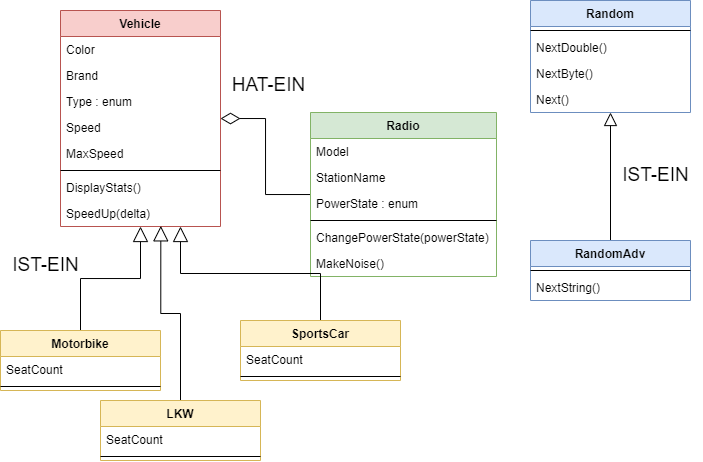
atillakati/sw_developer_2022_trainer keeps this draw.io diagram as src/20221020/images/kapselung_ex_1.drawio.png. Above is the earlier version. Source tidied: cells renumbered, new cells last; positions are measured from the earlier drawing's top-left corner, leaving out a move shared by most shapes. Its diagram source:
```xml
<mxGraphModel>
  <root>
    <mxCell id="0" />
    <mxCell id="1" parent="0" />
    <mxCell id="2" style="edgeStyle=orthogonalEdgeStyle;rounded=0;html=1;endArrow=none;endFill=0;endSize=11;strokeWidth=1;startArrow=diamondThin;startFill=0;startSize=17;" parent="1" edge="1" source="3" target="26">
      <mxGeometry relative="1" as="geometry" />
    </mxCell>
    <mxCell id="3" value="Vehicle" style="swimlane;fontStyle=1;align=center;verticalAlign=top;horizontal=1;startSize=26;fillColor=#f8cecc;strokeColor=#b85450;" parent="1" vertex="1">
      <mxGeometry x="60" y="10" width="160" height="216" as="geometry" />
    </mxCell>
    <mxCell id="4" value="Color" style="text;strokeColor=none;fillColor=none;align=left;verticalAlign=top;spacingLeft=4;spacingRight=4;overflow=hidden;" parent="3" vertex="1">
      <mxGeometry y="26" width="160" height="26" as="geometry" />
    </mxCell>
    <mxCell id="5" value="Brand" style="text;strokeColor=none;fillColor=none;align=left;verticalAlign=top;spacingLeft=4;spacingRight=4;overflow=hidden;" parent="3" vertex="1">
      <mxGeometry y="52" width="160" height="26" as="geometry" />
    </mxCell>
    <mxCell id="6" value="Type : enum" style="text;strokeColor=none;fillColor=none;align=left;verticalAlign=top;spacingLeft=4;spacingRight=4;overflow=hidden;" parent="3" vertex="1">
      <mxGeometry y="78" width="160" height="26" as="geometry" />
    </mxCell>
    <mxCell id="7" value="Speed" style="text;strokeColor=none;fillColor=none;align=left;verticalAlign=top;spacingLeft=4;spacingRight=4;overflow=hidden;" parent="3" vertex="1">
      <mxGeometry y="104" width="160" height="26" as="geometry" />
    </mxCell>
    <mxCell id="8" value="MaxSpeed" style="text;strokeColor=none;fillColor=none;align=left;verticalAlign=top;spacingLeft=4;spacingRight=4;overflow=hidden;" parent="3" vertex="1">
      <mxGeometry y="130" width="160" height="26" as="geometry" />
    </mxCell>
    <mxCell id="9" style="line;strokeWidth=1;fillColor=none;align=left;verticalAlign=middle;spacingTop=-1;spacingLeft=3;spacingRight=3;labelPosition=right;" parent="3" vertex="1">
      <mxGeometry y="156" width="160" height="8" as="geometry" />
    </mxCell>
    <mxCell id="10" value="DisplayStats()" style="text;strokeColor=none;fillColor=none;align=left;verticalAlign=top;spacingLeft=4;spacingRight=4;overflow=hidden;" parent="3" vertex="1">
      <mxGeometry y="164" width="160" height="26" as="geometry" />
    </mxCell>
    <mxCell id="11" value="SpeedUp(delta)" style="text;strokeColor=none;fillColor=none;align=left;verticalAlign=top;spacingLeft=4;spacingRight=4;overflow=hidden;points=[[0,0.5],[1,0.5]];portConstraint=eastwest;" parent="3" vertex="1">
      <mxGeometry y="190" width="160" height="26" as="geometry" />
    </mxCell>
    <mxCell id="12" style="edgeStyle=orthogonalEdgeStyle;html=1;endArrow=block;endFill=0;strokeWidth=1;endSize=13;rounded=0;" parent="1" edge="1" source="13" target="3">
      <mxGeometry relative="1" as="geometry" />
    </mxCell>
    <mxCell id="13" value="Motorbike" style="swimlane;fontStyle=1;align=center;verticalAlign=top;horizontal=1;startSize=26;fillColor=#fff2cc;strokeColor=#d6b656;" parent="1" vertex="1">
      <mxGeometry y="330" width="160" height="60" as="geometry" />
    </mxCell>
    <mxCell id="14" value="SeatCount" style="text;strokeColor=none;fillColor=none;align=left;verticalAlign=top;spacingLeft=4;spacingRight=4;overflow=hidden;" parent="13" vertex="1">
      <mxGeometry y="26" width="160" height="26" as="geometry" />
    </mxCell>
    <mxCell id="15" style="line;strokeWidth=1;fillColor=none;align=left;verticalAlign=middle;spacingTop=-1;spacingLeft=3;spacingRight=3;labelPosition=right;" parent="13" vertex="1">
      <mxGeometry y="52" width="160" height="8" as="geometry" />
    </mxCell>
    <mxCell id="16" value="&lt;font style=&quot;font-size: 19px&quot;&gt;IST-EIN&lt;/font&gt;" style="text;html=1;strokeColor=none;fillColor=none;align=center;verticalAlign=middle;whiteSpace=wrap;rounded=0;" parent="1" vertex="1">
      <mxGeometry y="250" width="91" height="30" as="geometry" />
    </mxCell>
    <mxCell id="17" value="Random" style="swimlane;fontStyle=1;align=center;verticalAlign=top;horizontal=1;startSize=26;fillColor=#dae8fc;strokeColor=#6c8ebf;" parent="1" vertex="1">
      <mxGeometry x="530" width="160" height="112" as="geometry" />
    </mxCell>
    <mxCell id="18" style="line;strokeWidth=1;fillColor=none;align=left;verticalAlign=middle;spacingTop=-1;spacingLeft=3;spacingRight=3;labelPosition=right;" parent="17" vertex="1">
      <mxGeometry y="26" width="160" height="8" as="geometry" />
    </mxCell>
    <mxCell id="19" value="NextDouble()" style="text;strokeColor=none;fillColor=none;align=left;verticalAlign=top;spacingLeft=4;spacingRight=4;overflow=hidden;" parent="17" vertex="1">
      <mxGeometry y="34" width="160" height="26" as="geometry" />
    </mxCell>
    <mxCell id="20" value="NextByte()" style="text;strokeColor=none;fillColor=none;align=left;verticalAlign=top;spacingLeft=4;spacingRight=4;overflow=hidden;" parent="17" vertex="1">
      <mxGeometry y="60" width="160" height="26" as="geometry" />
    </mxCell>
    <mxCell id="21" value="Next()" style="text;strokeColor=none;fillColor=none;align=left;verticalAlign=top;spacingLeft=4;spacingRight=4;overflow=hidden;" parent="17" vertex="1">
      <mxGeometry y="86" width="160" height="26" as="geometry" />
    </mxCell>
    <mxCell id="22" style="edgeStyle=orthogonalEdgeStyle;html=1;endArrow=block;endFill=0;endSize=11;rounded=0;" parent="1" edge="1" source="23" target="17">
      <mxGeometry relative="1" as="geometry" />
    </mxCell>
    <mxCell id="23" value="RandomAdv" style="swimlane;fontStyle=1;align=center;verticalAlign=top;horizontal=1;startSize=26;fillColor=#dae8fc;strokeColor=#6c8ebf;" parent="1" vertex="1">
      <mxGeometry x="530" y="240" width="160" height="60" as="geometry" />
    </mxCell>
    <mxCell id="24" style="line;strokeWidth=1;fillColor=none;align=left;verticalAlign=middle;spacingTop=-1;spacingLeft=3;spacingRight=3;labelPosition=right;" parent="23" vertex="1">
      <mxGeometry y="26" width="160" height="8" as="geometry" />
    </mxCell>
    <mxCell id="25" value="NextString()" style="text;strokeColor=none;fillColor=none;align=left;verticalAlign=top;spacingLeft=4;spacingRight=4;overflow=hidden;" parent="23" vertex="1">
      <mxGeometry y="34" width="160" height="26" as="geometry" />
    </mxCell>
    <mxCell id="26" value="Radio" style="swimlane;fontStyle=1;align=center;verticalAlign=top;horizontal=1;startSize=26;fillColor=#d5e8d4;strokeColor=#82b366;" parent="1" vertex="1">
      <mxGeometry x="310" y="112" width="186" height="164" as="geometry" />
    </mxCell>
    <mxCell id="27" value="Model" style="text;strokeColor=none;fillColor=none;align=left;verticalAlign=top;spacingLeft=4;spacingRight=4;overflow=hidden;" parent="26" vertex="1">
      <mxGeometry y="26" width="186" height="26" as="geometry" />
    </mxCell>
    <mxCell id="28" value="StationName" style="text;strokeColor=none;fillColor=none;align=left;verticalAlign=top;spacingLeft=4;spacingRight=4;overflow=hidden;" parent="26" vertex="1">
      <mxGeometry y="52" width="186" height="26" as="geometry" />
    </mxCell>
    <mxCell id="29" value="PowerState : enum" style="text;strokeColor=none;fillColor=none;align=left;verticalAlign=top;spacingLeft=4;spacingRight=4;overflow=hidden;" parent="26" vertex="1">
      <mxGeometry y="78" width="186" height="26" as="geometry" />
    </mxCell>
    <mxCell id="30" style="line;strokeWidth=1;fillColor=none;align=left;verticalAlign=middle;spacingTop=-1;spacingLeft=3;spacingRight=3;labelPosition=right;" parent="26" vertex="1">
      <mxGeometry y="104" width="186" height="8" as="geometry" />
    </mxCell>
    <mxCell id="31" value="ChangePowerState(powerState)" style="text;strokeColor=none;fillColor=none;align=left;verticalAlign=top;spacingLeft=4;spacingRight=4;overflow=hidden;" parent="26" vertex="1">
      <mxGeometry y="112" width="186" height="26" as="geometry" />
    </mxCell>
    <mxCell id="32" value="MakeNoise()" style="text;strokeColor=none;fillColor=none;align=left;verticalAlign=top;spacingLeft=4;spacingRight=4;overflow=hidden;" parent="26" vertex="1">
      <mxGeometry y="138" width="186" height="26" as="geometry" />
    </mxCell>
    <mxCell id="33" value="&lt;font style=&quot;font-size: 19px&quot;&gt;IST-EIN&lt;/font&gt;" style="text;html=1;strokeColor=none;fillColor=none;align=center;verticalAlign=middle;whiteSpace=wrap;rounded=0;" parent="1" vertex="1">
      <mxGeometry x="610" y="160" width="91" height="30" as="geometry" />
    </mxCell>
    <mxCell id="34" value="&lt;font style=&quot;font-size: 19px&quot;&gt;HAT-EIN&lt;/font&gt;" style="text;html=1;strokeColor=none;fillColor=none;align=center;verticalAlign=middle;whiteSpace=wrap;rounded=0;" parent="1" vertex="1">
      <mxGeometry x="223" y="70" width="91" height="30" as="geometry" />
    </mxCell>
    <mxCell id="35" style="edgeStyle=orthogonalEdgeStyle;html=1;endArrow=block;endFill=0;strokeWidth=1;endSize=13;rounded=0;exitX=0.5;exitY=0;exitDx=0;exitDy=0;" parent="1" edge="1" source="36" target="3">
      <mxGeometry relative="1" as="geometry">
        <Array as="points">
          <mxPoint x="320" y="273" />
          <mxPoint x="180" y="273" />
        </Array>
      </mxGeometry>
    </mxCell>
    <mxCell id="36" value="SportsCar" style="swimlane;fontStyle=1;align=center;verticalAlign=top;horizontal=1;startSize=26;fillColor=#fff2cc;strokeColor=#d6b656;" parent="1" vertex="1">
      <mxGeometry x="240" y="320" width="160" height="60" as="geometry" />
    </mxCell>
    <mxCell id="37" value="SeatCount" style="text;strokeColor=none;fillColor=none;align=left;verticalAlign=top;spacingLeft=4;spacingRight=4;overflow=hidden;" parent="36" vertex="1">
      <mxGeometry y="26" width="160" height="26" as="geometry" />
    </mxCell>
    <mxCell id="38" style="line;strokeWidth=1;fillColor=none;align=left;verticalAlign=middle;spacingTop=-1;spacingLeft=3;spacingRight=3;labelPosition=right;" parent="36" vertex="1">
      <mxGeometry y="52" width="160" height="8" as="geometry" />
    </mxCell>
    <mxCell id="39" style="edgeStyle=orthogonalEdgeStyle;rounded=0;html=1;endArrow=block;endFill=0;endSize=13;strokeWidth=1;entryX=0.627;entryY=0.975;entryDx=0;entryDy=0;entryPerimeter=0;" parent="1" edge="1" source="40" target="11">
      <mxGeometry relative="1" as="geometry" />
    </mxCell>
    <mxCell id="40" value="LKW" style="swimlane;fontStyle=1;align=center;verticalAlign=top;horizontal=1;startSize=26;fillColor=#fff2cc;strokeColor=#d6b656;" parent="1" vertex="1">
      <mxGeometry x="100" y="400" width="160" height="60" as="geometry" />
    </mxCell>
    <mxCell id="41" value="SeatCount" style="text;strokeColor=none;fillColor=none;align=left;verticalAlign=top;spacingLeft=4;spacingRight=4;overflow=hidden;" parent="40" vertex="1">
      <mxGeometry y="26" width="160" height="26" as="geometry" />
    </mxCell>
    <mxCell id="42" style="line;strokeWidth=1;fillColor=none;align=left;verticalAlign=middle;spacingTop=-1;spacingLeft=3;spacingRight=3;labelPosition=right;" parent="40" vertex="1">
      <mxGeometry y="52" width="160" height="8" as="geometry" />
    </mxCell>
  </root>
</mxGraphModel>
```
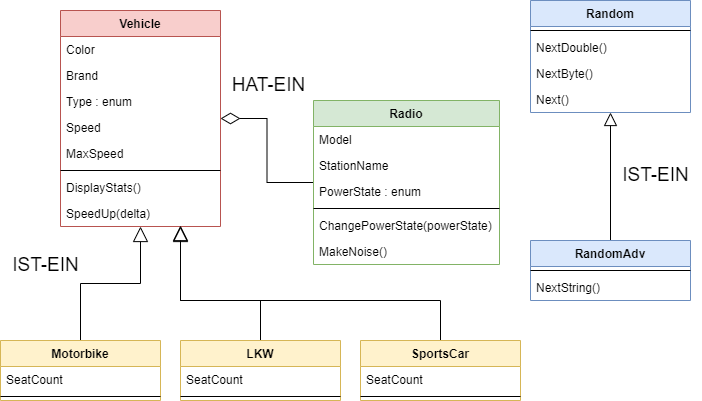
After the change.

Diff of the diagram source:
```diff
@@ -36,7 +36,7 @@
       <mxGeometry relative="1" as="geometry" />
     </mxCell>
     <mxCell id="13" value="Motorbike" style="swimlane;fontStyle=1;align=center;verticalAlign=top;horizontal=1;startSize=26;fillColor=#fff2cc;strokeColor=#d6b656;" parent="1" vertex="1">
-      <mxGeometry y="330" width="160" height="60" as="geometry" />
+      <mxGeometry y="340" width="160" height="60" as="geometry" />
     </mxCell>
     <mxCell id="14" value="SeatCount" style="text;strokeColor=none;fillColor=none;align=left;verticalAlign=top;spacingLeft=4;spacingRight=4;overflow=hidden;" parent="13" vertex="1">
       <mxGeometry y="26" width="160" height="26" as="geometry" />
@@ -75,7 +75,7 @@
       <mxGeometry y="34" width="160" height="26" as="geometry" />
     </mxCell>
     <mxCell id="26" value="Radio" style="swimlane;fontStyle=1;align=center;verticalAlign=top;horizontal=1;startSize=26;fillColor=#d5e8d4;strokeColor=#82b366;" parent="1" vertex="1">
-      <mxGeometry x="310" y="112" width="186" height="164" as="geometry" />
+      <mxGeometry x="313" y="100" width="186" height="164" as="geometry" />
     </mxCell>
     <mxCell id="27" value="Model" style="text;strokeColor=none;fillColor=none;align=left;verticalAlign=top;spacingLeft=4;spacingRight=4;overflow=hidden;" parent="26" vertex="1">
       <mxGeometry y="26" width="186" height="26" as="geometry" />
@@ -104,13 +104,13 @@
     <mxCell id="35" style="edgeStyle=orthogonalEdgeStyle;html=1;endArrow=block;endFill=0;strokeWidth=1;endSize=13;rounded=0;exitX=0.5;exitY=0;exitDx=0;exitDy=0;" parent="1" edge="1" source="36" target="3">
       <mxGeometry relative="1" as="geometry">
         <Array as="points">
-          <mxPoint x="320" y="273" />
-          <mxPoint x="180" y="273" />
+          <mxPoint x="440" y="300" />
+          <mxPoint x="180" y="300" />
         </Array>
       </mxGeometry>
     </mxCell>
     <mxCell id="36" value="SportsCar" style="swimlane;fontStyle=1;align=center;verticalAlign=top;horizontal=1;startSize=26;fillColor=#fff2cc;strokeColor=#d6b656;" parent="1" vertex="1">
-      <mxGeometry x="240" y="320" width="160" height="60" as="geometry" />
+      <mxGeometry x="360" y="340" width="160" height="60" as="geometry" />
     </mxCell>
     <mxCell id="37" value="SeatCount" style="text;strokeColor=none;fillColor=none;align=left;verticalAlign=top;spacingLeft=4;spacingRight=4;overflow=hidden;" parent="36" vertex="1">
       <mxGeometry y="26" width="160" height="26" as="geometry" />
@@ -118,11 +118,18 @@
     <mxCell id="38" style="line;strokeWidth=1;fillColor=none;align=left;verticalAlign=middle;spacingTop=-1;spacingLeft=3;spacingRight=3;labelPosition=right;" parent="36" vertex="1">
       <mxGeometry y="52" width="160" height="8" as="geometry" />
     </mxCell>
-    <mxCell id="39" style="edgeStyle=orthogonalEdgeStyle;rounded=0;html=1;endArrow=block;endFill=0;endSize=13;strokeWidth=1;entryX=0.627;entryY=0.975;entryDx=0;entryDy=0;entryPerimeter=0;" parent="1" edge="1" source="40" target="11">
-      <mxGeometry relative="1" as="geometry" />
+    <mxCell id="39" style="edgeStyle=orthogonalEdgeStyle;rounded=0;html=1;endArrow=block;endFill=0;endSize=13;strokeWidth=1;" parent="1" edge="1" source="40">
+      <mxGeometry relative="1" as="geometry">
+        <mxPoint x="180" y="225" as="targetPoint" />
+        <Array as="points">
+          <mxPoint x="260" y="300" />
+          <mxPoint x="180" y="300" />
+          <mxPoint x="180" y="225" />
+        </Array>
+      </mxGeometry>
     </mxCell>
     <mxCell id="40" value="LKW" style="swimlane;fontStyle=1;align=center;verticalAlign=top;horizontal=1;startSize=26;fillColor=#fff2cc;strokeColor=#d6b656;" parent="1" vertex="1">
-      <mxGeometry x="100" y="400" width="160" height="60" as="geometry" />
+      <mxGeometry x="180" y="340" width="160" height="60" as="geometry" />
     </mxCell>
     <mxCell id="41" value="SeatCount" style="text;strokeColor=none;fillColor=none;align=left;verticalAlign=top;spacingLeft=4;spacingRight=4;overflow=hidden;" parent="40" vertex="1">
       <mxGeometry y="26" width="160" height="26" as="geometry" />
```
